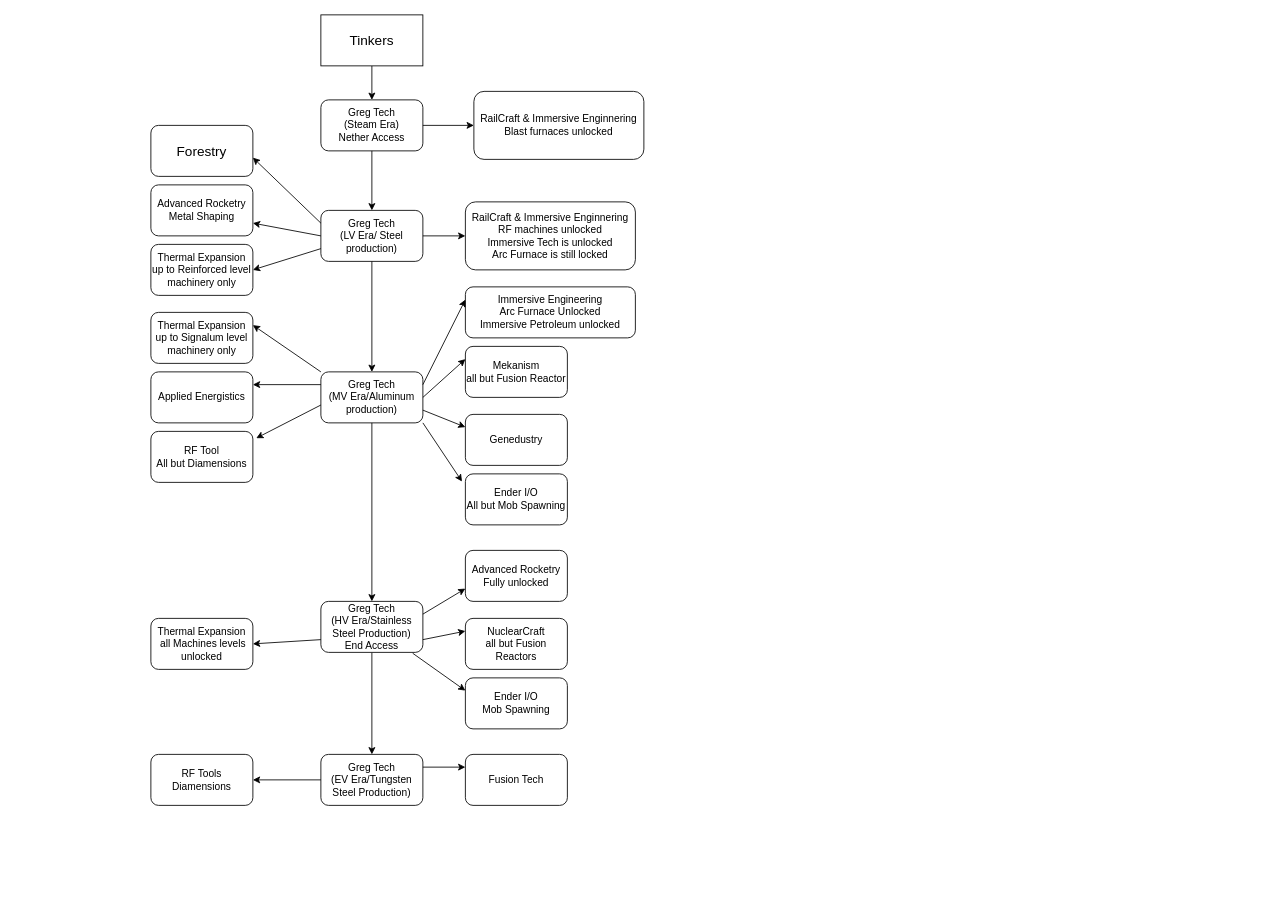
Floofs-Modpack-Dev/Gating keeps this draw.io diagram as ModpackGating.drawio. Above is the earlier version. Source tidied: cells renumbered, new cells numbered last; positions are measured from the earlier drawing's top-left corner, leaving out a move shared by most shapes. Both pictures are drawn from the tidied source at 85%, with x=0, y=0 at pixel (150, 14).
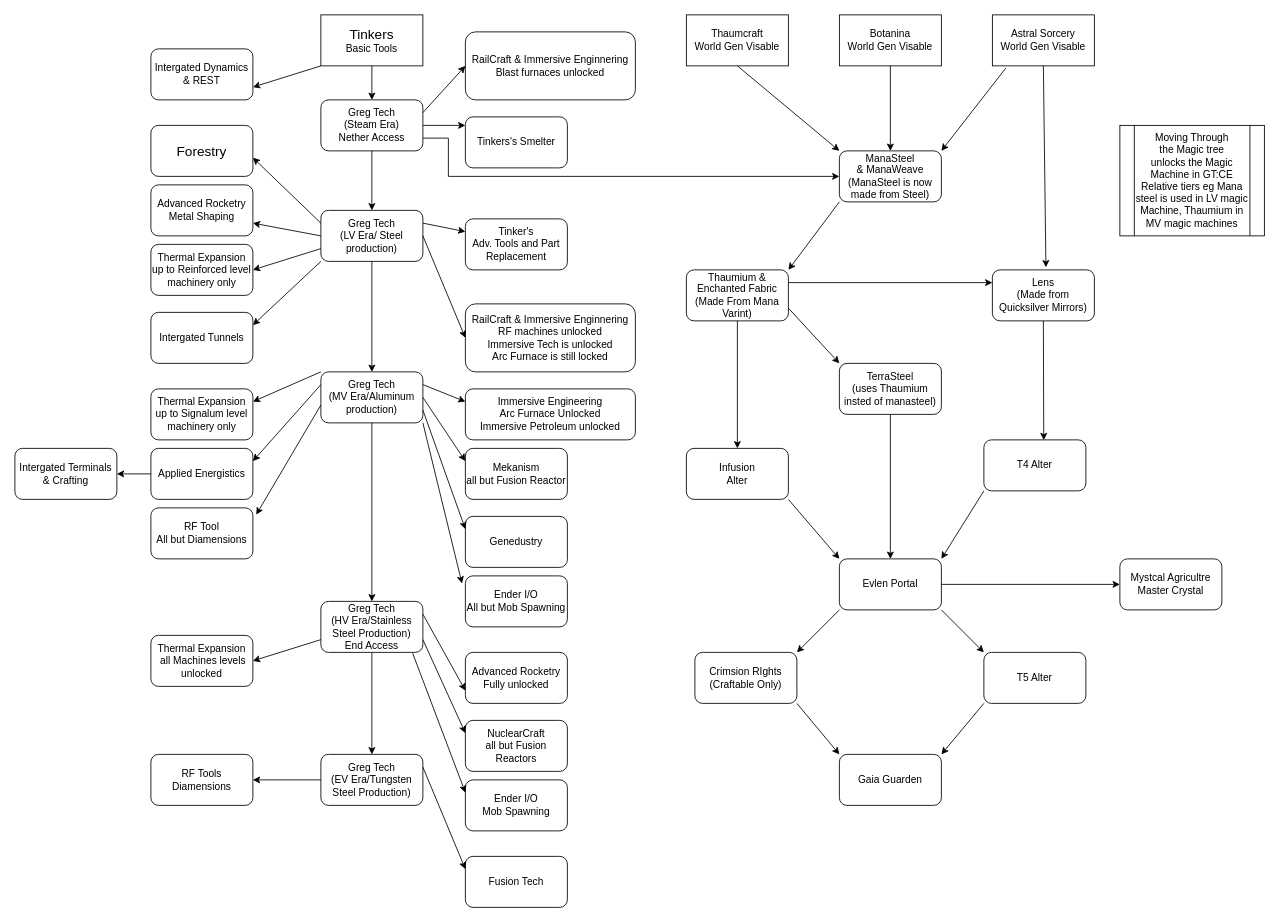
The same diagram, later.

Commit message:
Updated Gating Desgin Doc, With a Magic Tree and Add Integrated Dynamics and It's addons

The change refers to these unchanged cells:
```xml
<mxCell id="5" value="&lt;div&gt;Greg Tech &lt;br&gt;&lt;/div&gt;&lt;div&gt;(Steam Era)&lt;/div&gt;Nether Access" style="rounded=1;whiteSpace=wrap;html=1;" parent="1" vertex="1">
  <mxGeometry x="200" y="100" width="120" height="60" as="geometry" />
</mxCell>
<mxCell id="6" value="&lt;div&gt;Greg Tech&lt;/div&gt;&lt;div&gt;(LV Era/ Steel production)&lt;br&gt;&lt;/div&gt;" style="rounded=1;whiteSpace=wrap;html=1;" parent="1" vertex="1">
  <mxGeometry x="200" y="230" width="120" height="60" as="geometry" />
</mxCell>
```

What changed in the source:
```diff
@@
-    <mxCell id="3" value="&lt;font style=&quot;font-size: 16px&quot;&gt;Tinkers&lt;/font&gt;" style="rounded=0;whiteSpace=wrap;html=1;" parent="1" vertex="1">
+    <mxCell id="3" value="&lt;div&gt;&lt;font style=&quot;font-size: 16px&quot;&gt;Tinkers&lt;/font&gt;&lt;/div&gt;Basic Tools" style="rounded=0;whiteSpace=wrap;html=1;" parent="1" vertex="1">
       <mxGeometry x="200" width="120" height="60" as="geometry" />
     </mxCell>
@@
+    <mxCell id="49" style="edgeStyle=orthogonalEdgeStyle;rounded=0;jettySize=auto;html=1;exitX=1;exitY=0.75;exitDx=0;exitDy=0;entryX=0;entryY=0.5;entryDx=0;entryDy=0;" parent="1" edge="1" source="5" target="53">
+      <mxGeometry relative="1" as="geometry">
+        <Array as="points">
+          <mxPoint x="350" y="145" />
+          <mxPoint x="350" y="190" />
+        </Array>
+      </mxGeometry>
+    </mxCell>
@@
     <mxCell id="8" value="&lt;div&gt;RailCraft &amp;amp; Immersive Enginnering&lt;/div&gt;&lt;div&gt;Blast &lt;span style=&quot;background-color: rgb(255 , 255 , 255)&quot;&gt;&lt;span style=&quot;background-position: 0% 0% ; background-repeat: repeat ; background-attachment: scroll ; background-image: none ; background-size: auto&quot;&gt;furnaces unlocked&lt;br&gt;&lt;/span&gt;&lt;/span&gt;&lt;/div&gt;" style="rounded=1;whiteSpace=wrap;html=1;" parent="1" vertex="1">
-      <mxGeometry x="380" y="90" width="200" height="80" as="geometry" />
+      <mxGeometry x="370" y="20" width="200" height="80" as="geometry" />
     </mxCell>
-    <mxCell id="9" style="endArrow=classic;html=1;exitX=1;exitY=0.5;exitDx=0;exitDy=0;entryX=0;entryY=0.5;entryDx=0;entryDy=0;" parent="1" edge="1" source="5" target="8">
+    <mxCell id="9" style="endArrow=classic;html=1;exitX=1;exitY=0.25;exitDx=0;exitDy=0;entryX=0;entryY=0.5;entryDx=0;entryDy=0;" parent="1" edge="1" source="5" target="8">
       <mxGeometry relative="1" as="geometry" />
     </mxCell>
     <mxCell id="10" value="&lt;div&gt;RailCraft &amp;amp; Immersive Enginnering&lt;/div&gt;&lt;div&gt;RF machines unlocked&lt;/div&gt;&lt;div&gt;Immersive Tech is unlocked&lt;br&gt;&lt;/div&gt;&lt;div&gt;Arc Furnace is still locked &lt;br&gt;&lt;/div&gt;" style="rounded=1;whiteSpace=wrap;html=1;" parent="1" vertex="1">
-      <mxGeometry x="370" y="220" width="200" height="80" as="geometry" />
+      <mxGeometry x="370" y="340" width="200" height="80" as="geometry" />
     </mxCell>
@@
     <mxCell id="13" value="&lt;div&gt;Immersive Engineering&lt;/div&gt;&lt;div&gt;Arc Furnace Unlocked&lt;/div&gt;&lt;div&gt;Immersive Petroleum unlocked&lt;br&gt;&lt;/div&gt;" style="rounded=1;whiteSpace=wrap;html=1;" parent="1" vertex="1">
-      <mxGeometry x="370" y="320" width="200" height="60" as="geometry" />
+      <mxGeometry x="370" y="440" width="200" height="60" as="geometry" />
     </mxCell>
@@
     <mxCell id="19" value="&lt;div&gt;Advanced Rocketry&lt;/div&gt;&lt;div&gt;Fully unlocked&lt;br&gt;&lt;/div&gt;" style="rounded=1;whiteSpace=wrap;html=1;" parent="1" vertex="1">
-      <mxGeometry x="370" y="630" width="120" height="60" as="geometry" />
+      <mxGeometry x="370" y="750" width="120" height="60" as="geometry" />
     </mxCell>
@@
     <mxCell id="25" value="&lt;div&gt;Thermal Expansion&lt;/div&gt;&lt;div&gt;up to Signalum level machinery only&lt;br&gt;&lt;/div&gt;" style="rounded=1;whiteSpace=wrap;html=1;" parent="1" vertex="1">
-      <mxGeometry y="350" width="120" height="60" as="geometry" />
+      <mxGeometry y="440" width="120" height="60" as="geometry" />
     </mxCell>
     <mxCell id="26" value="&lt;div&gt;Thermal Expansion&lt;/div&gt;&lt;div&gt;&amp;nbsp;all Machines levels unlocked&lt;br&gt;&lt;/div&gt;" style="rounded=1;whiteSpace=wrap;html=1;" parent="1" vertex="1">
-      <mxGeometry y="710" width="120" height="60" as="geometry" />
+      <mxGeometry y="730" width="120" height="60" as="geometry" />
     </mxCell>
@@
     <mxCell id="32" value="&lt;div&gt;Ender I/O&lt;/div&gt;Mob Spawning" style="rounded=1;whiteSpace=wrap;html=1;" parent="1" vertex="1">
-      <mxGeometry x="370" y="780" width="120" height="60" as="geometry" />
+      <mxGeometry x="370" y="900" width="120" height="60" as="geometry" />
     </mxCell>
@@
     <mxCell id="34" value="&lt;div&gt;Mekanism&lt;/div&gt;&lt;div&gt;all but Fusion Reactor&lt;br&gt;&lt;/div&gt;" style="rounded=1;whiteSpace=wrap;html=1;" parent="1" vertex="1">
-      <mxGeometry x="370" y="390" width="120" height="60" as="geometry" />
+      <mxGeometry x="370" y="510" width="120" height="60" as="geometry" />
     </mxCell>
@@
     <mxCell id="36" value="&lt;div&gt;NuclearCraft&lt;/div&gt;&lt;div&gt;all but Fusion Reactors&lt;br&gt;&lt;/div&gt;" style="rounded=1;whiteSpace=wrap;html=1;" parent="1" vertex="1">
-      <mxGeometry x="370" y="710" width="120" height="60" as="geometry" />
+      <mxGeometry x="370" y="830" width="120" height="60" as="geometry" />
     </mxCell>
@@
     <mxCell id="38" value="Applied Energistics" style="rounded=1;whiteSpace=wrap;html=1;" parent="1" vertex="1">
-      <mxGeometry y="420" width="120" height="60" as="geometry" />
+      <mxGeometry y="510" width="120" height="60" as="geometry" />
     </mxCell>
@@
     <mxCell id="41" value="Genedustry" style="rounded=1;whiteSpace=wrap;html=1;" parent="1" vertex="1">
-      <mxGeometry x="370" y="470" width="120" height="60" as="geometry" />
+      <mxGeometry x="370" y="590" width="120" height="60" as="geometry" />
     </mxCell>
@@
     <mxCell id="43" value="&lt;div&gt;Fusion Tech&lt;/div&gt;" style="rounded=1;whiteSpace=wrap;html=1;" parent="1" vertex="1">
-      <mxGeometry x="370" y="870" width="120" height="60" as="geometry" />
+      <mxGeometry x="370" y="990" width="120" height="60" as="geometry" />
     </mxCell>
@@
     <mxCell id="45" value="&lt;div&gt;RF Tool&lt;/div&gt;&lt;div&gt;All but Diamensions&lt;br&gt;&lt;/div&gt;" style="rounded=1;whiteSpace=wrap;html=1;" parent="1" vertex="1">
-      <mxGeometry y="490" width="120" height="60" as="geometry" />
+      <mxGeometry y="580" width="120" height="60" as="geometry" />
     </mxCell>
@@
     <mxCell id="47" value="&lt;div&gt;Ender I/O&lt;/div&gt;All but Mob Spawning" style="rounded=1;whiteSpace=wrap;html=1;" parent="1" vertex="1">
-      <mxGeometry x="370" y="540" width="120" height="60" as="geometry" />
+      <mxGeometry x="370" y="660" width="120" height="60" as="geometry" />
     </mxCell>
@@
+    <mxCell id="50" value="&lt;div&gt;Thaumcraft&lt;/div&gt;World Gen Visable" style="rounded=0;whiteSpace=wrap;html=1;" parent="1" vertex="1">
+      <mxGeometry x="630" width="120" height="60" as="geometry" />
+    </mxCell>
+    <mxCell id="51" value="&lt;div&gt;Botanina&lt;/div&gt;&lt;div&gt;World Gen Visable&lt;/div&gt;" style="rounded=0;whiteSpace=wrap;html=1;" parent="1" vertex="1">
+      <mxGeometry x="810" width="120" height="60" as="geometry" />
+    </mxCell>
+    <mxCell id="52" value="&lt;div&gt;Astral Sorcery&lt;/div&gt;World Gen Visable" style="rounded=0;whiteSpace=wrap;html=1;" parent="1" vertex="1">
+      <mxGeometry x="990" width="120" height="60" as="geometry" />
+    </mxCell>
+    <mxCell id="53" value="&lt;div&gt;ManaSteel&lt;/div&gt;&amp;amp; ManaWeave&lt;br&gt;&lt;div&gt;(ManaSteel is now made from Steel)&lt;br&gt;&lt;/div&gt;" style="rounded=1;whiteSpace=wrap;html=1;" parent="1" vertex="1">
+      <mxGeometry x="810" y="160" width="120" height="60" as="geometry" />
+    </mxCell>
+    <mxCell id="54" style="endArrow=classic;html=1;exitX=0.5;exitY=1;exitDx=0;exitDy=0;entryX=0.5;entryY=0;entryDx=0;entryDy=0;" parent="1" edge="1" source="51" target="53">
+      <mxGeometry relative="1" as="geometry" />
+    </mxCell>
+    <mxCell id="55" value="&lt;div&gt;Thaumium &amp;amp;&lt;/div&gt;&lt;div&gt;Enchanted Fabric&lt;br&gt;&lt;/div&gt;&lt;div&gt;(Made From Mana Varint)&lt;br&gt;&lt;/div&gt;" style="rounded=1;whiteSpace=wrap;html=1;" parent="1" vertex="1">
+      <mxGeometry x="630" y="300" width="120" height="60" as="geometry" />
+    </mxCell>
+    <mxCell id="56" style="endArrow=classic;html=1;exitX=0.5;exitY=1;exitDx=0;exitDy=0;entryX=0;entryY=0;entryDx=0;entryDy=0;" parent="1" edge="1" source="50" target="53">
+      <mxGeometry relative="1" as="geometry" />
+    </mxCell>
+    <mxCell id="57" style="endArrow=classic;html=1;exitX=0.131;exitY=1.045;exitDx=0;exitDy=0;exitPerimeter=0;entryX=1;entryY=0;entryDx=0;entryDy=0;" parent="1" edge="1" source="52" target="53">
+      <mxGeometry relative="1" as="geometry" />
+    </mxCell>
+    <mxCell id="58" style="endArrow=classic;html=1;exitX=0;exitY=1;exitDx=0;exitDy=0;entryX=1;entryY=0;entryDx=0;entryDy=0;" parent="1" edge="1" source="53" target="55">
+      <mxGeometry relative="1" as="geometry" />
+    </mxCell>
+    <mxCell id="59" value="&lt;div&gt;TerraSteel&lt;/div&gt;&lt;div&gt;(uses Thaumium insted of manasteel)&lt;br&gt;&lt;/div&gt;" style="rounded=1;whiteSpace=wrap;html=1;" parent="1" vertex="1">
+      <mxGeometry x="810" y="410" width="120" height="60" as="geometry" />
+    </mxCell>
+    <mxCell id="60" value="&lt;div&gt;Lens&lt;/div&gt;&lt;div&gt;(Made from Quicksilver Mirrors)&lt;br&gt;&lt;/div&gt;" style="rounded=1;whiteSpace=wrap;html=1;" parent="1" vertex="1">
+      <mxGeometry x="990" y="300" width="120" height="60" as="geometry" />
+    </mxCell>
+    <mxCell id="61" style="endArrow=classic;html=1;exitX=1;exitY=0.25;exitDx=0;exitDy=0;entryX=0;entryY=0.25;entryDx=0;entryDy=0;" parent="1" edge="1" source="55" target="60">
+      <mxGeometry relative="1" as="geometry" />
+    </mxCell>
+    <mxCell id="62" style="endArrow=classic;html=1;exitX=1;exitY=0.75;exitDx=0;exitDy=0;entryX=0;entryY=0;entryDx=0;entryDy=0;" parent="1" edge="1" source="55" target="59">
+      <mxGeometry relative="1" as="geometry" />
+    </mxCell>
+    <mxCell id="63" value="T4 Alter" style="rounded=1;whiteSpace=wrap;html=1;" parent="1" vertex="1">
+      <mxGeometry x="980" y="500" width="120" height="60" as="geometry" />
+    </mxCell>
+    <mxCell id="64" value="&lt;div&gt;Infusion&lt;/div&gt;&lt;div&gt;Alter&lt;br&gt;&lt;/div&gt;" style="rounded=1;whiteSpace=wrap;html=1;" parent="1" vertex="1">
+      <mxGeometry x="630" y="510" width="120" height="60" as="geometry" />
+    </mxCell>
+    <mxCell id="65" style="endArrow=classic;html=1;exitX=0.5;exitY=1;exitDx=0;exitDy=0;entryX=0.5;entryY=0;entryDx=0;entryDy=0;" parent="1" edge="1" source="55" target="64">
+      <mxGeometry relative="1" as="geometry" />
+    </mxCell>
+    <mxCell id="66" style="endArrow=classic;html=1;exitX=0.5;exitY=1;exitDx=0;exitDy=0;entryX=0.587;entryY=0.006;entryDx=0;entryDy=0;entryPerimeter=0;" parent="1" edge="1" source="60" target="63">
+      <mxGeometry relative="1" as="geometry" />
+    </mxCell>
+    <mxCell id="67" value="Evlen Portal" style="rounded=1;whiteSpace=wrap;html=1;" parent="1" vertex="1">
+      <mxGeometry x="810" y="640" width="120" height="60" as="geometry" />
+    </mxCell>
+    <mxCell id="68" style="endArrow=classic;html=1;exitX=1;exitY=1;exitDx=0;exitDy=0;entryX=0;entryY=0;entryDx=0;entryDy=0;" parent="1" edge="1" source="64" target="67">
+      <mxGeometry relative="1" as="geometry" />
+    </mxCell>
+    <mxCell id="69" style="endArrow=classic;html=1;exitX=0;exitY=1;exitDx=0;exitDy=0;entryX=1;entryY=0;entryDx=0;entryDy=0;" parent="1" edge="1" source="63" target="67">
+      <mxGeometry relative="1" as="geometry" />
+    </mxCell>
+    <mxCell id="70" style="endArrow=classic;html=1;exitX=0.5;exitY=1;exitDx=0;exitDy=0;entryX=0.5;entryY=0;entryDx=0;entryDy=0;" parent="1" edge="1" source="59" target="67">
+      <mxGeometry relative="1" as="geometry" />
+    </mxCell>
+    <mxCell id="71" style="endArrow=classic;html=1;exitX=0.5;exitY=1;exitDx=0;exitDy=0;" parent="1" edge="1" source="52">
+      <mxGeometry relative="1" as="geometry">
+        <mxPoint x="1053" y="297" as="targetPoint" />
+      </mxGeometry>
+    </mxCell>
+    <mxCell id="72" value="&lt;div&gt;Moving Through&lt;/div&gt;&lt;div&gt;the Magic tree&lt;/div&gt;&lt;div&gt;unlocks the Magic Machine in GT:CE&lt;/div&gt;&lt;div&gt;Relative tiers eg Mana steel is used in LV magic Machine, Thaumium in MV magic machines&lt;br&gt;&lt;/div&gt;" style="shape=process;whiteSpace=wrap;html=1;backgroundOutline=1;" parent="1" vertex="1">
+      <mxGeometry x="1140" y="130" width="170" height="130" as="geometry" />
+    </mxCell>
+    <mxCell id="73" value="&lt;div&gt;Crimsion RIghts&lt;/div&gt;&lt;div&gt;(Craftable Only)&lt;br&gt;&lt;/div&gt;" style="rounded=1;whiteSpace=wrap;html=1;" parent="1" vertex="1">
+      <mxGeometry x="640" y="750" width="120" height="60" as="geometry" />
+    </mxCell>
+    <mxCell id="74" value="T5 Alter" style="rounded=1;whiteSpace=wrap;html=1;" parent="1" vertex="1">
+      <mxGeometry x="980" y="750" width="120" height="60" as="geometry" />
+    </mxCell>
+    <mxCell id="75" style="endArrow=classic;html=1;exitX=0;exitY=1;exitDx=0;exitDy=0;entryX=1;entryY=0;entryDx=0;entryDy=0;" parent="1" edge="1" source="67" target="73">
+      <mxGeometry relative="1" as="geometry" />
+    </mxCell>
+    <mxCell id="76" style="endArrow=classic;html=1;exitX=1;exitY=1;exitDx=0;exitDy=0;entryX=0;entryY=0;entryDx=0;entryDy=0;" parent="1" edge="1" source="67" target="74">
+      <mxGeometry relative="1" as="geometry" />
+    </mxCell>
+    <mxCell id="77" value="Gaia Guarden" style="rounded=1;whiteSpace=wrap;html=1;" parent="1" vertex="1">
+      <mxGeometry x="810" y="870" width="120" height="60" as="geometry" />
+    </mxCell>
+    <mxCell id="78" style="endArrow=classic;html=1;exitX=1;exitY=1;exitDx=0;exitDy=0;entryX=0;entryY=0;entryDx=0;entryDy=0;" parent="1" edge="1" source="73" target="77">
+      <mxGeometry relative="1" as="geometry" />
+    </mxCell>
+    <mxCell id="79" style="endArrow=classic;html=1;exitX=0;exitY=1;exitDx=0;exitDy=0;entryX=1;entryY=0;entryDx=0;entryDy=0;" parent="1" edge="1" source="74" target="77">
+      <mxGeometry relative="1" as="geometry" />
+    </mxCell>
+    <mxCell id="80" value="Intergated Dynamics &amp;amp; REST" style="rounded=1;whiteSpace=wrap;html=1;" parent="1" vertex="1">
+      <mxGeometry y="40" width="120" height="60" as="geometry" />
+    </mxCell>
+    <mxCell id="81" style="endArrow=classic;html=1;entryX=1;entryY=0.75;entryDx=0;entryDy=0;exitX=0;exitY=1;exitDx=0;exitDy=0;" parent="1" edge="1" source="3" target="80">
+      <mxGeometry relative="1" as="geometry" />
+    </mxCell>
+    <mxCell id="82" value="Intergated Tunnels" style="rounded=1;whiteSpace=wrap;html=1;" parent="1" vertex="1">
+      <mxGeometry y="350" width="120" height="60" as="geometry" />
+    </mxCell>
+    <mxCell id="83" style="endArrow=classic;html=1;entryX=1;entryY=0.25;entryDx=0;entryDy=0;exitX=0;exitY=1;exitDx=0;exitDy=0;" parent="1" edge="1" source="6" target="82">
+      <mxGeometry relative="1" as="geometry" />
+    </mxCell>
+    <mxCell id="84" value="Intergated Terminals &amp;amp; Crafting" style="rounded=1;whiteSpace=wrap;html=1;" parent="1" vertex="1">
+      <mxGeometry x="-160" y="510" width="120" height="60" as="geometry" />
+    </mxCell>
+    <mxCell id="85" style="endArrow=classic;html=1;entryX=1;entryY=0.5;entryDx=0;entryDy=0;exitX=0;exitY=0.5;exitDx=0;exitDy=0;" parent="1" edge="1" source="38" target="84">
+      <mxGeometry relative="1" as="geometry" />
+    </mxCell>
+    <mxCell id="86" value="Tinkers's Smelter" style="rounded=1;whiteSpace=wrap;html=1;" parent="1" vertex="1">
+      <mxGeometry x="370" y="120" width="120" height="60" as="geometry" />
+    </mxCell>
+    <mxCell id="87" style="endArrow=classic;html=1;exitX=1;exitY=0.5;exitDx=0;exitDy=0;" parent="1" edge="1" source="5">
+      <mxGeometry relative="1" as="geometry">
+        <mxPoint x="370" y="130" as="targetPoint" />
+      </mxGeometry>
+    </mxCell>
+    <mxCell id="88" value="&lt;div&gt;Tinker's&lt;/div&gt;&lt;div&gt;Adv. Tools and Part Replacement&lt;br&gt;&lt;/div&gt;" style="rounded=1;whiteSpace=wrap;html=1;" parent="1" vertex="1">
+      <mxGeometry x="370" y="240" width="120" height="60" as="geometry" />
+    </mxCell>
+    <mxCell id="89" style="endArrow=classic;html=1;entryX=0;entryY=0.25;entryDx=0;entryDy=0;exitX=1;exitY=0.25;exitDx=0;exitDy=0;" parent="1" edge="1" source="6" target="88">
+      <mxGeometry relative="1" as="geometry" />
+    </mxCell>
+    <mxCell id="90" value="&lt;div&gt;Mystcal Agricultre&lt;/div&gt;Master Crystal" style="rounded=1;whiteSpace=wrap;html=1;" parent="1" vertex="1">
+      <mxGeometry x="1140" y="640" width="120" height="60" as="geometry" />
+    </mxCell>
+    <mxCell id="91" style="endArrow=classic;html=1;exitX=1;exitY=0.5;exitDx=0;exitDy=0;entryX=0;entryY=0.5;entryDx=0;entryDy=0;" parent="1" edge="1" source="67" target="90">
+      <mxGeometry relative="1" as="geometry" />
+    </mxCell>
```
